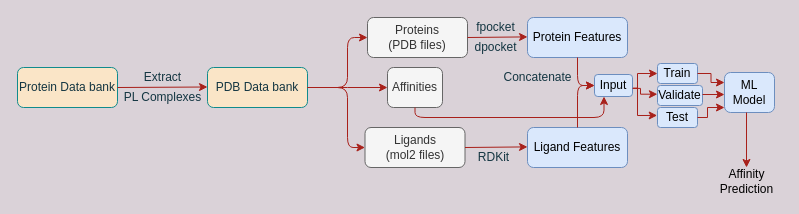
Before: MLPipeline.drawio in abduskhazi/PL-Binding-Affinity-Prediction-using-ML, a draw.io diagram. Source tidied: cells renumbered, new cells numbered last; positions are measured from the earlier drawing's top-left corner, leaving out a move shared by most shapes. Both pictures are drawn from the tidied source at 100%, with x=0, y=0 at pixel (17, 17).
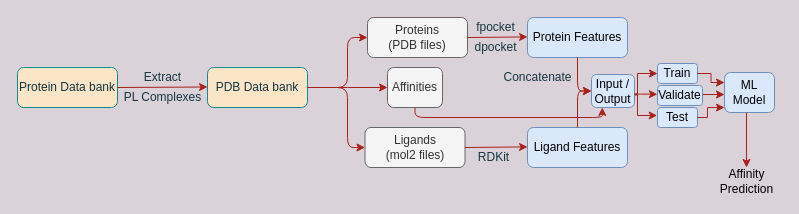
The same diagram, later.

Commit message (it also covers changes not shown here):
Project overview Image correction.

Unchanged cells that the change refers to:
```xml
<mxCell id="26" value="Train" style="rounded=1;whiteSpace=wrap;html=1;fillColor=#dae8fc;strokeColor=#6c8ebf;" parent="1" vertex="1">
  <mxGeometry x="640" y="46" width="40" height="20" as="geometry" />
</mxCell>
<mxCell id="27" value="Test" style="rounded=1;whiteSpace=wrap;html=1;fillColor=#dae8fc;strokeColor=#6c8ebf;" parent="1" vertex="1">
  <mxGeometry x="640" y="90" width="40" height="20" as="geometry" />
</mxCell>
<mxCell id="28" value="Validate" style="rounded=1;whiteSpace=wrap;html=1;fillColor=#dae8fc;strokeColor=#6c8ebf;" parent="1" vertex="1">
  <mxGeometry x="640" y="68" width="45" height="20" as="geometry" />
</mxCell>
```

What changed in the source:
```diff
@@
-    <mxCell id="13" value="Input" style="rounded=1;whiteSpace=wrap;html=1;fillColor=#dae8fc;strokeColor=#6c8ebf;" parent="1" vertex="1">
-      <mxGeometry x="577" y="57" width="38" height="22" as="geometry" />
+    <mxCell id="13" value="Input / Output" style="rounded=1;whiteSpace=wrap;html=1;fillColor=#dae8fc;strokeColor=#6c8ebf;" parent="1" vertex="1">
+      <mxGeometry x="574" y="57" width="43" height="33" as="geometry" />
     </mxCell>
@@
-    <mxCell id="29" style="endArrow=classic;html=1;rounded=0;edgeStyle=orthogonalEdgeStyle;entryX=0;entryY=0.5;entryDx=0;entryDy=0;strokeColor=#A8201A;exitX=1.002;exitY=0.631;exitDx=0;exitDy=0;exitPerimeter=0;" parent="1" edge="1" source="13" target="26">
+    <mxCell id="29" style="endArrow=classic;html=1;rounded=0;edgeStyle=orthogonalEdgeStyle;entryX=0;entryY=0.5;entryDx=0;entryDy=0;strokeColor=#A8201A;exitX=0.995;exitY=0.592;exitDx=0;exitDy=0;exitPerimeter=0;" parent="1" edge="1" source="13" target="26">
       <mxGeometry relative="1" as="geometry">
         <Array as="points">
-          <mxPoint x="620" y="71" />
+          <mxPoint x="620" y="77" />
           <mxPoint x="620" y="56" />
         </Array>
       </mxGeometry>
     </mxCell>
-    <mxCell id="30" style="endArrow=classic;html=1;rounded=0;edgeStyle=orthogonalEdgeStyle;strokeColor=#A8201A;exitX=1.007;exitY=0.631;exitDx=0;exitDy=0;exitPerimeter=0;entryX=-0.002;entryY=0.435;entryDx=0;entryDy=0;entryPerimeter=0;" parent="1" edge="1" target="28">
+    <mxCell id="30" style="endArrow=classic;html=1;rounded=0;edgeStyle=orthogonalEdgeStyle;strokeColor=#A8201A;entryX=-0.002;entryY=0.435;entryDx=0;entryDy=0;entryPerimeter=0;exitX=0.994;exitY=0.595;exitDx=0;exitDy=0;exitPerimeter=0;" parent="1" edge="1" source="13" target="28">
       <mxGeometry relative="1" as="geometry">
-        <mxPoint x="618.3" y="70.9" as="sourcePoint" />
         <Array as="points">
-          <mxPoint x="623" y="71" />
           <mxPoint x="623" y="77" />
         </Array>
       </mxGeometry>
     </mxCell>
     <mxCell id="31" style="endArrow=classic;html=1;rounded=0;edgeStyle=orthogonalEdgeStyle;entryX=-0.008;entryY=0.398;entryDx=0;entryDy=0;strokeColor=#A8201A;entryPerimeter=0;exitX=1.012;exitY=0.622;exitDx=0;exitDy=0;exitPerimeter=0;" parent="1" edge="1" source="13" target="27">
       <mxGeometry relative="1" as="geometry">
         <Array as="points">
-          <mxPoint x="620" y="71" />
+          <mxPoint x="620" y="78" />
           <mxPoint x="620" y="98" />
         </Array>
       </mxGeometry>
     </mxCell>
```
